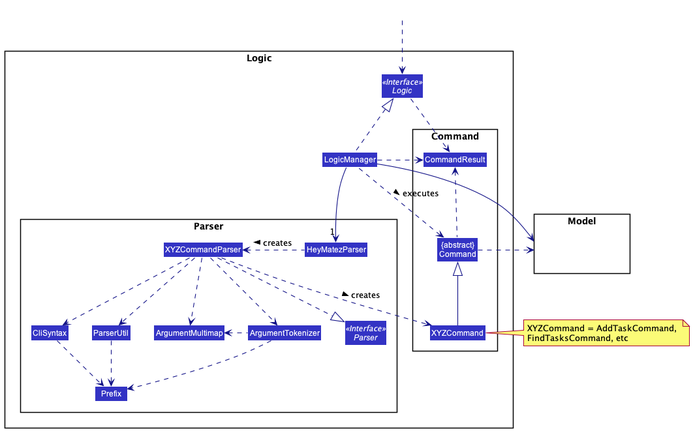
nus-cs2103-AY2021S2/tp keeps this PlantUML diagram as docs/images/LogicClassDiagram.png. Above is the earlier version.
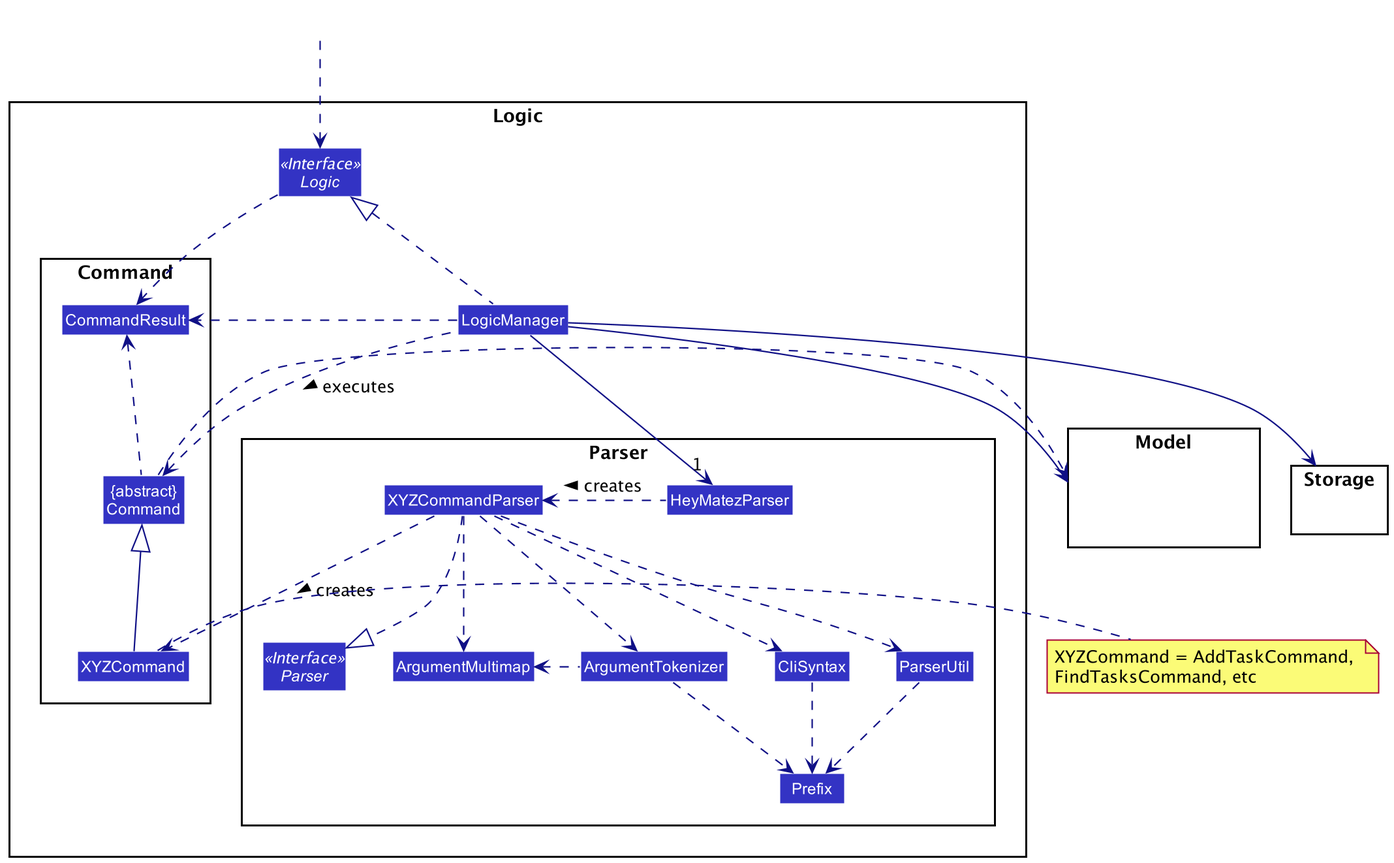
The same diagram one commit later.

Commit message:
Edit Logic class diagram

What changed in the source:
```diff
@@ -31,6 +31,10 @@
 Class HiddenModel #FFFFFF
 }
 
+package Storage {
+Class HiddenModel #FFFFFF
+}
+
 Class HiddenOutside #FFFFFF
 HiddenOutside ..> Logic
 
@@ -51,6 +55,7 @@
 XYZCommand -up-|> Command
 LogicManager .left.> Command : executes >
 
+LogicManager --> Storage
 LogicManager --> Model
 Command .right.> Model
 note right of XYZCommand: XYZCommand = AddTaskCommand, \nFindTasksCommand, etc
```
